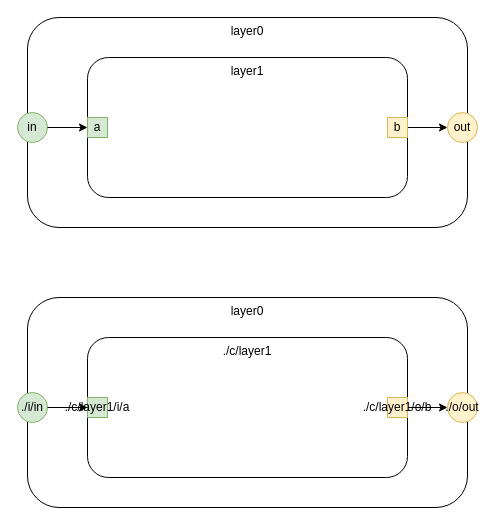
Before: page "layer0" (1 of 7) of hello.drawio in guitarvydas/asc, a draw.io diagram. Source tidied: cells renumbered, new cells numbered last; positions are measured from the earlier drawing's top-left corner, leaving out a move shared by most shapes. Both pictures are drawn from the tidied source at 100%, with x=0, y=0 at pixel (17, 17).
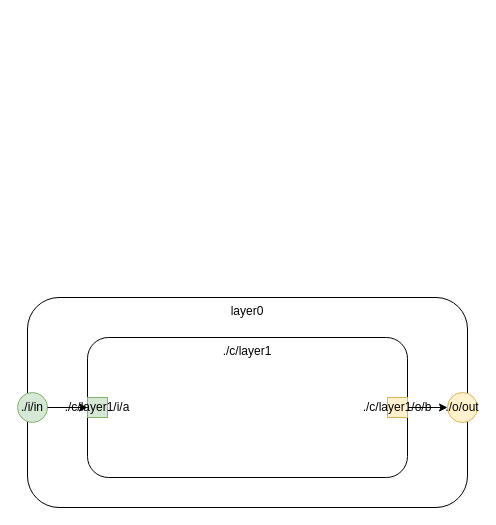
The same diagram, later.

The edit, as a diff of the source:
```diff
@@
 <mxGraphModel>
   <root>
     <mxCell id="0" />
     <mxCell id="1" parent="0" />
-    <mxCell id="2" value="layer0" style="rounded=1;whiteSpace=wrap;html=1;verticalAlign=top;" parent="1" vertex="1">
-      <mxGeometry x="10" width="440" height="210" as="geometry" />
-    </mxCell>
-    <mxCell id="3" value="layer1" style="rounded=1;whiteSpace=wrap;html=1;verticalAlign=top;" parent="1" vertex="1">
-      <mxGeometry x="70" y="40" width="320" height="140" as="geometry" />
-    </mxCell>
-    <mxCell id="4" value="out" style="ellipse;whiteSpace=wrap;html=1;fillColor=#fff2cc;align=center;strokeColor=#d6b656;" parent="1" vertex="1">
-      <mxGeometry x="430" y="95" width="30" height="30" as="geometry" />
-    </mxCell>
-    <mxCell id="5" value="in" style="ellipse;whiteSpace=wrap;html=1;fillColor=#d5e8d4;align=center;strokeColor=#82b366;" parent="1" vertex="1">
-      <mxGeometry y="95" width="30" height="30" as="geometry" />
-    </mxCell>
-    <mxCell id="6" style="edgeStyle=orthogonalEdgeStyle;rounded=0;jettySize=auto;html=1;exitX=1;exitY=0.5;exitDx=0;exitDy=0;entryX=0;entryY=0.5;entryDx=0;entryDy=0;" parent="1" edge="1" source="9" target="4">
-      <mxGeometry relative="1" as="geometry" />
-    </mxCell>
-    <mxCell id="7" value="a" style="rounded=0;whiteSpace=wrap;html=1;fillColor=#d5e8d4;align=center;strokeColor=#82b366;" parent="1" vertex="1">
-      <mxGeometry x="70" y="100" width="20" height="20" as="geometry" />
-    </mxCell>
-    <mxCell id="8" style="edgeStyle=orthogonalEdgeStyle;rounded=0;jettySize=auto;html=1;exitX=1;exitY=0.5;exitDx=0;exitDy=0;entryX=0;entryY=0.5;entryDx=0;entryDy=0;" parent="1" edge="1" source="5" target="7">
-      <mxGeometry relative="1" as="geometry" />
-    </mxCell>
-    <mxCell id="9" value="b" style="rounded=0;whiteSpace=wrap;html=1;fillColor=#fff2cc;align=center;strokeColor=#d6b656;" parent="1" vertex="1">
-      <mxGeometry x="370" y="100" width="20" height="20" as="geometry" />
-    </mxCell>
     <mxCell id="10" value="layer0" style="rounded=1;whiteSpace=wrap;html=1;verticalAlign=top;" parent="1" vertex="1">
       <mxGeometry x="10" y="280" width="440" height="210" as="geometry" />
     </mxCell>
     <mxCell id="11" value="./c/layer1" style="rounded=1;whiteSpace=wrap;html=1;verticalAlign=top;" parent="1" vertex="1">
       <mxGeometry x="70" y="320" width="320" height="140" as="geometry" />
     </mxCell>
     <mxCell id="12" value="./o/out" style="ellipse;whiteSpace=wrap;html=1;fillColor=#fff2cc;align=center;strokeColor=#d6b656;" parent="1" vertex="1">
       <mxGeometry x="430" y="375" width="30" height="30" as="geometry" />
     </mxCell>
     <mxCell id="13" value="./i/in" style="ellipse;whiteSpace=wrap;html=1;fillColor=#d5e8d4;align=center;strokeColor=#82b366;" parent="1" vertex="1">
       <mxGeometry y="375" width="30" height="30" as="geometry" />
     </mxCell>
     <mxCell id="14" style="edgeStyle=orthogonalEdgeStyle;rounded=0;jettySize=auto;html=1;exitX=1;exitY=0.5;exitDx=0;exitDy=0;entryX=0;entryY=0.5;entryDx=0;entryDy=0;" parent="1" edge="1" source="17" target="12">
       <mxGeometry relative="1" as="geometry" />
     </mxCell>
     <mxCell id="15" value="./c/layer1/i/a" style="rounded=0;whiteSpace=wrap;html=1;fillColor=#d5e8d4;align=center;strokeColor=#82b366;" parent="1" vertex="1">
       <mxGeometry x="70" y="380" width="20" height="20" as="geometry" />
     </mxCell>
     <mxCell id="16" style="edgeStyle=orthogonalEdgeStyle;rounded=0;jettySize=auto;html=1;exitX=1;exitY=0.5;exitDx=0;exitDy=0;entryX=0;entryY=0.5;entryDx=0;entryDy=0;" parent="1" edge="1" source="13" target="15">
       <mxGeometry relative="1" as="geometry" />
     </mxCell>
     <mxCell id="17" value="./c/layer1/o/b" style="rounded=0;whiteSpace=wrap;html=1;fillColor=#fff2cc;align=center;strokeColor=#d6b656;" parent="1" vertex="1">
       <mxGeometry x="370" y="380" width="20" height="20" as="geometry" />
     </mxCell>
   </root>
 </mxGraphModel>
```
